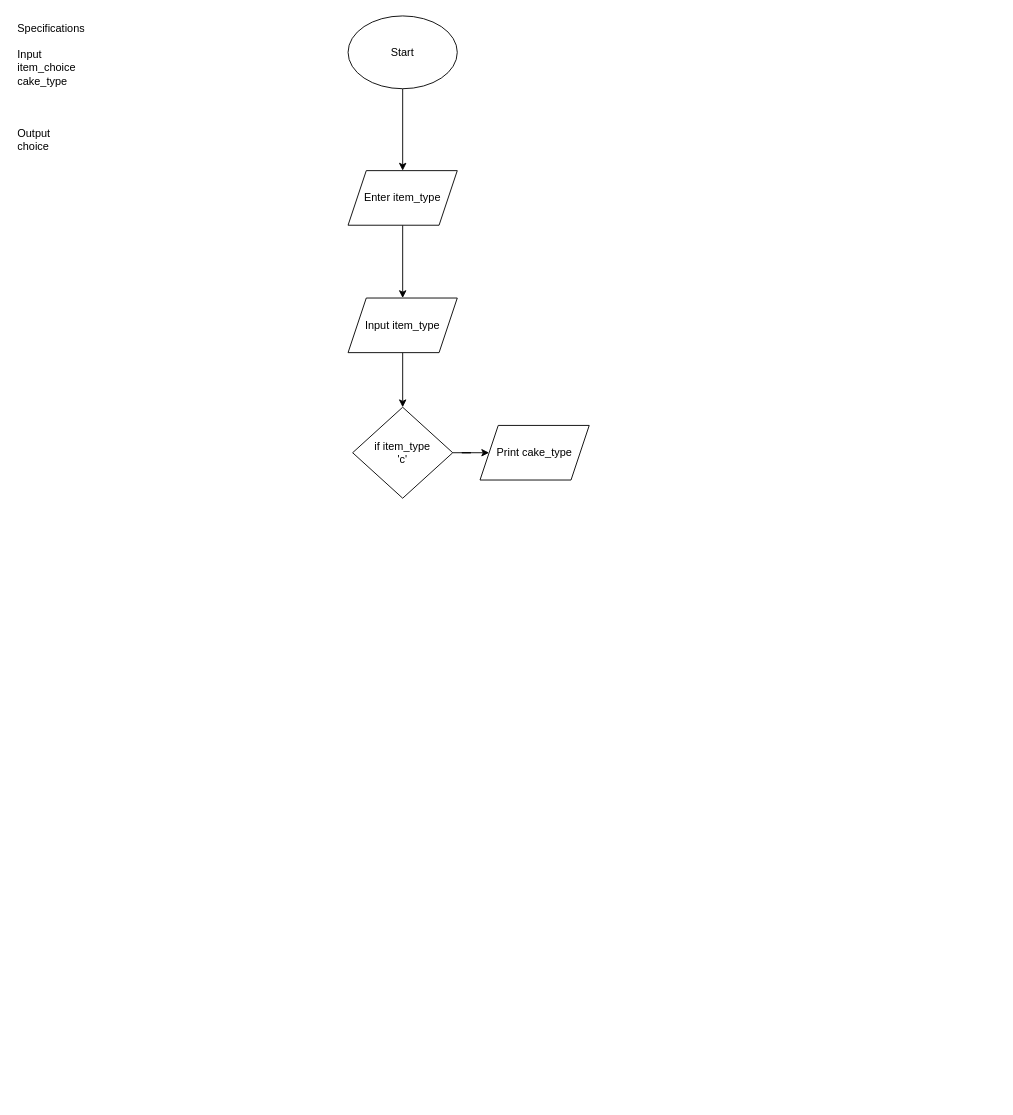
The draw.io diagram Flowcharts/BigMamaCakeandPies.drawio in ElectricDaFearox/Tougaloo-Fundemental-Programming, before the edit. Source tidied: cells renumbered, new cells numbered last; positions are measured from the earlier drawing's top-left corner, leaving out a move shared by most shapes. Both pictures are drawn from the tidied source at 91%, with x=0, y=0 at pixel (15, 15).
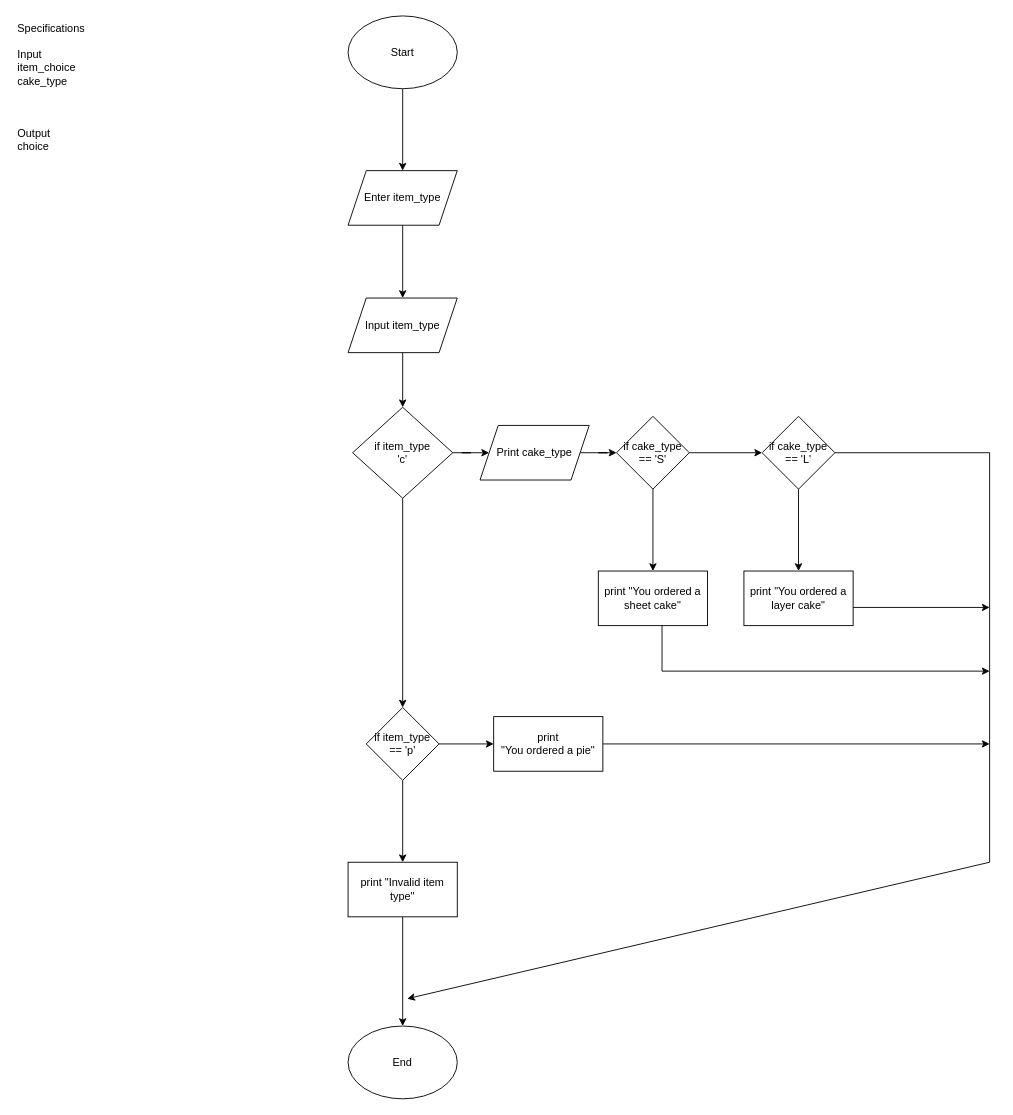
The same diagram, later.

The change refers to these unchanged cells:
```xml
<mxCell id="10" value="if item_type &lt;br&gt;'c' " style="rhombus;whiteSpace=wrap;html=1;" parent="1" vertex="1">
  <mxGeometry x="370" y="430" width="110" height="100" as="geometry" />
</mxCell>
<mxCell id="11" value="Print cake_type" style="shape=parallelogram;perimeter=parallelogramPerimeter;whiteSpace=wrap;html=1;fixedSize=1;" parent="1" vertex="1">
  <mxGeometry x="510" y="450" width="120" height="60" as="geometry" />
</mxCell>
```

Diff of the diagram source:
```diff
@@
+    <mxCell id="12" style="edgeStyle=orthogonalEdgeStyle;rounded=0;jettySize=auto;html=1;" parent="1" edge="1" source="10" target="23">
+      <mxGeometry relative="1" as="geometry" />
+    </mxCell>
@@
+    <mxCell id="13" style="edgeStyle=orthogonalEdgeStyle;rounded=0;jettySize=auto;html=1;" parent="1" edge="1" source="11" target="16">
+      <mxGeometry relative="1" as="geometry" />
+    </mxCell>
@@
+    <mxCell id="14" style="edgeStyle=orthogonalEdgeStyle;rounded=0;jettySize=auto;html=1;" parent="1" edge="1" source="16" target="18">
+      <mxGeometry relative="1" as="geometry" />
+    </mxCell>
+    <mxCell id="15" style="edgeStyle=orthogonalEdgeStyle;rounded=0;jettySize=auto;html=1;" parent="1" edge="1" source="16" target="19">
+      <mxGeometry relative="1" as="geometry" />
+    </mxCell>
+    <mxCell id="16" value="if cake_type == 'S'" style="rhombus;whiteSpace=wrap;html=1;" parent="1" vertex="1">
+      <mxGeometry x="660" y="440" width="80" height="80" as="geometry" />
+    </mxCell>
+    <mxCell id="17" style="edgeStyle=orthogonalEdgeStyle;rounded=0;jettySize=auto;html=1;" parent="1" edge="1" source="18" target="20">
+      <mxGeometry relative="1" as="geometry" />
+    </mxCell>
+    <mxCell id="18" value="if cake_type == 'L'" style="rhombus;whiteSpace=wrap;html=1;" parent="1" vertex="1">
+      <mxGeometry x="820" y="440" width="80" height="80" as="geometry" />
+    </mxCell>
+    <mxCell id="19" value="print &quot;You ordered a sheet cake&quot;" style="whiteSpace=wrap;html=1;" parent="1" vertex="1">
+      <mxGeometry x="640" y="610" width="120" height="60" as="geometry" />
+    </mxCell>
+    <mxCell id="20" value="print &quot;You ordered a layer cake&quot;" style="whiteSpace=wrap;html=1;" parent="1" vertex="1">
+      <mxGeometry x="800" y="610" width="120" height="60" as="geometry" />
+    </mxCell>
+    <mxCell id="21" style="edgeStyle=orthogonalEdgeStyle;rounded=0;jettySize=auto;html=1;" parent="1" edge="1" source="23" target="24">
+      <mxGeometry relative="1" as="geometry" />
+    </mxCell>
+    <mxCell id="22" style="edgeStyle=orthogonalEdgeStyle;rounded=0;jettySize=auto;html=1;" parent="1" edge="1" source="23" target="34">
+      <mxGeometry relative="1" as="geometry" />
+    </mxCell>
+    <mxCell id="23" value="if item_type == 'p'" style="rhombus;whiteSpace=wrap;html=1;" parent="1" vertex="1">
+      <mxGeometry x="385" y="760" width="80" height="80" as="geometry" />
+    </mxCell>
+    <mxCell id="24" value="print &lt;br&gt;&quot;You ordered a pie&quot;" style="whiteSpace=wrap;html=1;" parent="1" vertex="1">
+      <mxGeometry x="525" y="770" width="120" height="60" as="geometry" />
+    </mxCell>
+    <mxCell id="25" style="endArrow=none;html=1;rounded=0;" parent="1" edge="1">
+      <mxGeometry relative="1" as="geometry">
+        <mxPoint x="900" y="480" as="sourcePoint" />
+        <mxPoint x="1070" y="480" as="targetPoint" />
+      </mxGeometry>
+    </mxCell>
+    <mxCell id="26" value="End" style="ellipse;whiteSpace=wrap;html=1;" parent="1" vertex="1">
+      <mxGeometry x="365" y="1110" width="120" height="80" as="geometry" />
+    </mxCell>
+    <mxCell id="27" style="endArrow=none;html=1;rounded=0;" parent="1" edge="1">
+      <mxGeometry relative="1" as="geometry">
+        <mxPoint x="1070" y="930" as="sourcePoint" />
+        <mxPoint x="1070" y="480" as="targetPoint" />
+      </mxGeometry>
+    </mxCell>
+    <mxCell id="28" style="endArrow=classic;html=1;rounded=0;" parent="1" edge="1">
+      <mxGeometry relative="1" as="geometry">
+        <mxPoint x="1070" y="930" as="sourcePoint" />
+        <mxPoint x="430" y="1080" as="targetPoint" />
+      </mxGeometry>
+    </mxCell>
+    <mxCell id="29" style="endArrow=classic;html=1;rounded=0;" parent="1" edge="1">
+      <mxGeometry relative="1" as="geometry">
+        <mxPoint x="920" y="650" as="sourcePoint" />
+        <mxPoint x="1070" y="650" as="targetPoint" />
+      </mxGeometry>
+    </mxCell>
+    <mxCell id="30" style="endArrow=none;html=1;rounded=0;" parent="1" edge="1">
+      <mxGeometry relative="1" as="geometry">
+        <mxPoint x="710" y="720" as="sourcePoint" />
+        <mxPoint x="710" y="670" as="targetPoint" />
+      </mxGeometry>
+    </mxCell>
+    <mxCell id="31" style="endArrow=classic;html=1;rounded=0;" parent="1" edge="1">
+      <mxGeometry relative="1" as="geometry">
+        <mxPoint x="710" y="720" as="sourcePoint" />
+        <mxPoint x="1070" y="720" as="targetPoint" />
+      </mxGeometry>
+    </mxCell>
+    <mxCell id="32" style="endArrow=classic;html=1;rounded=0;exitX=1;exitY=0.5;exitDx=0;exitDy=0;" parent="1" edge="1" source="24">
+      <mxGeometry relative="1" as="geometry">
+        <mxPoint x="1070" y="800" as="targetPoint" />
+      </mxGeometry>
+    </mxCell>
+    <mxCell id="33" style="edgeStyle=orthogonalEdgeStyle;rounded=0;jettySize=auto;html=1;exitX=0.5;exitY=1;exitDx=0;exitDy=0;entryX=0.5;entryY=0;entryDx=0;entryDy=0;" parent="1" edge="1" source="34" target="26">
+      <mxGeometry relative="1" as="geometry" />
+    </mxCell>
+    <mxCell id="34" value="print &quot;Invalid item type&quot;" style="rounded=0;whiteSpace=wrap;html=1;" parent="1" vertex="1">
+      <mxGeometry x="365" y="930" width="120" height="60" as="geometry" />
+    </mxCell>
```
